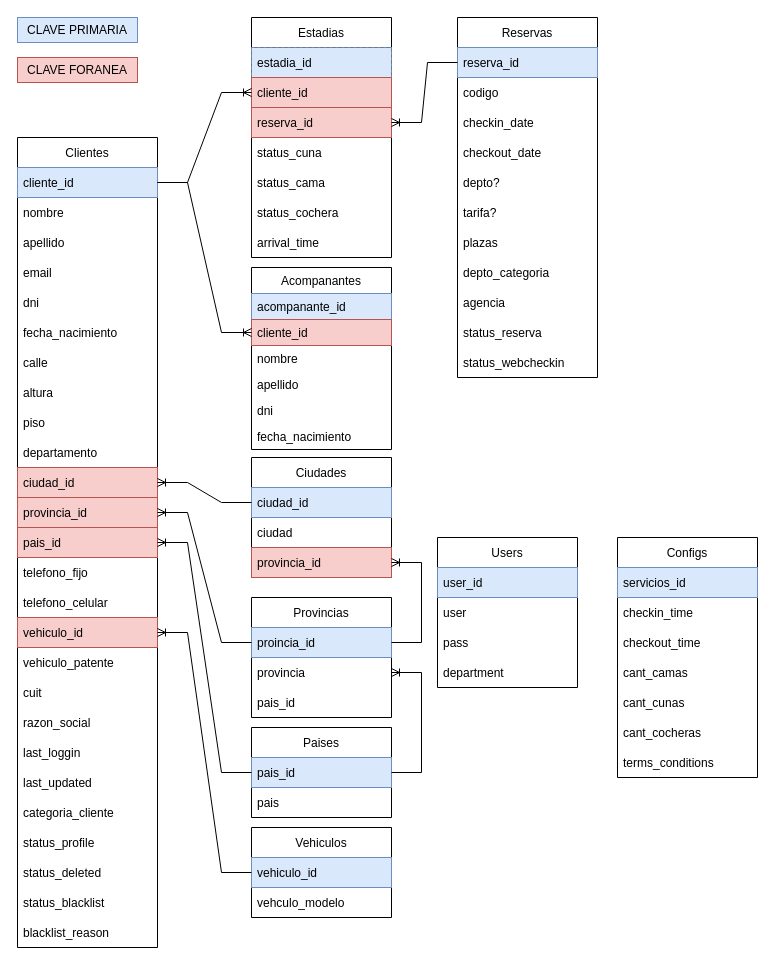
Earlier version of the draw.io diagram page "DB" (1 of 6) of web-checkin/hotel-web-checkin.drawio (danielo101/db-diagrams). Source tidied: cells renumbered, new cells numbered last; positions are measured from the earlier drawing's top-left corner, leaving out a move shared by most shapes. Both pictures are drawn from the tidied source at 100%, with x=0, y=0 at pixel (17, 17).
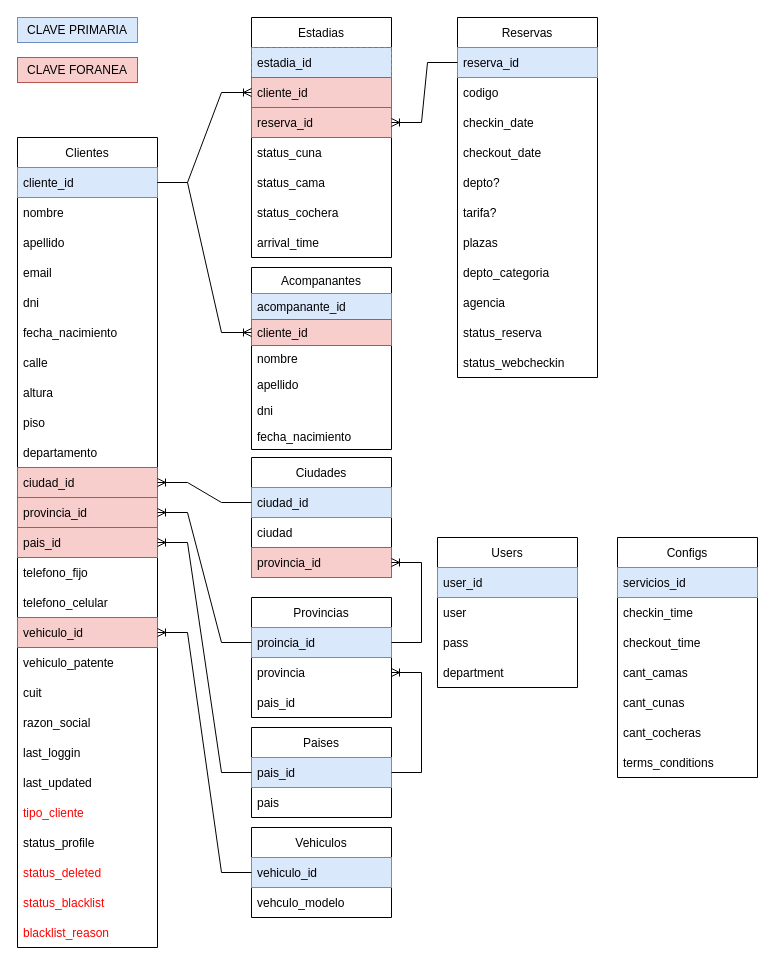
Above is the later version.

Unchanged cells that the change refers to:
```xml
<mxCell id="19" value="Clientes" style="swimlane;fontStyle=0;horizontal=1;startSize=30;" parent="1" vertex="1">
  <mxGeometry y="120" width="140" height="810" as="geometry" />
</mxCell>
```

Change to the diagram source:
```diff
@@
-    <mxCell id="41" value="categoria_cliente" style="text;strokeColor=none;fillColor=none;align=left;verticalAlign=middle;spacingLeft=4;spacingRight=4;overflow=hidden;fontColor=#000000;" parent="19" vertex="1">
+    <mxCell id="41" value="tipo_cliente" style="text;strokeColor=none;fillColor=none;align=left;verticalAlign=middle;spacingLeft=4;spacingRight=4;overflow=hidden;fontColor=#FF0000;" parent="19" vertex="1">
       <mxGeometry y="660" width="140" height="30" as="geometry" />
     </mxCell>
@@
-    <mxCell id="43" value="status_deleted" style="text;strokeColor=none;fillColor=none;align=left;verticalAlign=middle;spacingLeft=4;spacingRight=4;overflow=hidden;fontColor=#000000;" parent="19" vertex="1">
+    <mxCell id="43" value="status_deleted" style="text;strokeColor=none;fillColor=none;align=left;verticalAlign=middle;spacingLeft=4;spacingRight=4;overflow=hidden;fontColor=#FF0000;" parent="19" vertex="1">
       <mxGeometry y="720" width="140" height="30" as="geometry" />
     </mxCell>
-    <mxCell id="44" value="status_blacklist" style="text;strokeColor=none;fillColor=none;align=left;verticalAlign=middle;spacingLeft=4;spacingRight=4;overflow=hidden;fontColor=#000000;" parent="19" vertex="1">
+    <mxCell id="44" value="status_blacklist" style="text;strokeColor=none;fillColor=none;align=left;verticalAlign=middle;spacingLeft=4;spacingRight=4;overflow=hidden;fontColor=#FF0000;" parent="19" vertex="1">
       <mxGeometry y="750" width="140" height="30" as="geometry" />
     </mxCell>
-    <mxCell id="45" value="blacklist_reason" style="text;strokeColor=none;fillColor=none;align=left;verticalAlign=middle;spacingLeft=4;spacingRight=4;overflow=hidden;fontColor=#000000;" parent="19" vertex="1">
+    <mxCell id="45" value="blacklist_reason" style="text;strokeColor=none;fillColor=none;align=left;verticalAlign=middle;spacingLeft=4;spacingRight=4;overflow=hidden;fontColor=#FF0000;" parent="19" vertex="1">
       <mxGeometry y="780" width="140" height="30" as="geometry" />
     </mxCell>
```
